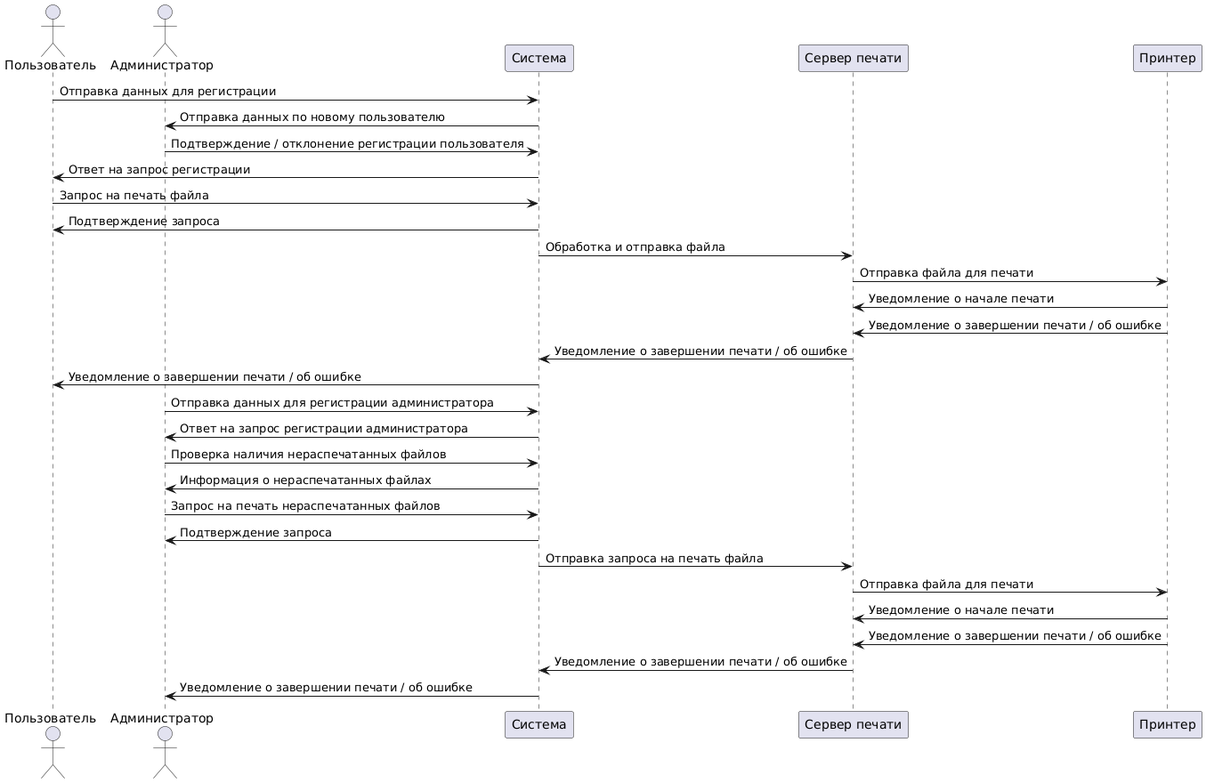
This is sequence_diagram.png from krup4/57project, a PlantUML export, as it was before one commit. The source it was exported from:
```plantuml
@startuml
actor Пользователь
actor Администратор
participant Система
participant "Сервер печати" as Server
participant Принтер

Пользователь -> Система : Отправка данных для регистрации
Система -> Администратор : Отправка данных по новому пользователю
Администратор -> Система : Подтверждение / отклонение регистрации пользователя
Система -> Пользователь : Ответ на запрос регистрации

Пользователь -> Система : Запрос на печать файла
Система -> Пользователь : Подтверждение запроса
Система -> Server : Обработка и отправка файла
Server -> Принтер : Отправка файла для печати
Принтер -> Server : Уведомление о начале печати
Принтер -> Server : Уведомление о завершении печати / об ошибке
Server -> Система : Уведомление о завершении печати / об ошибке
Система -> Пользователь : Уведомление о завершении печати / об ошибке

Администратор -> Система : Отправка данных для регистрации администратора
Система -> Администратор : Ответ на запрос регистрации администратора

Администратор -> Система : Проверка наличия нераспечатанных файлов
Система -> Администратор : Информация о нераспечатанных файлах

Администратор -> Система : Запрос на печать нераспечатанных файлов
Система -> Администратор : Подтверждение запроса
Система ->  Server : Отправка запроса на печать файла
Server -> Принтер : Отправка файла для печати
Принтер -> Server : Уведомление о начале печати
Принтер -> Server : Уведомление о завершении печати / об ошибке
Server -> Система : Уведомление о завершении печати / об ошибке
Система -> Администратор : Уведомление о завершении печати / об ошибке
@enduml
```
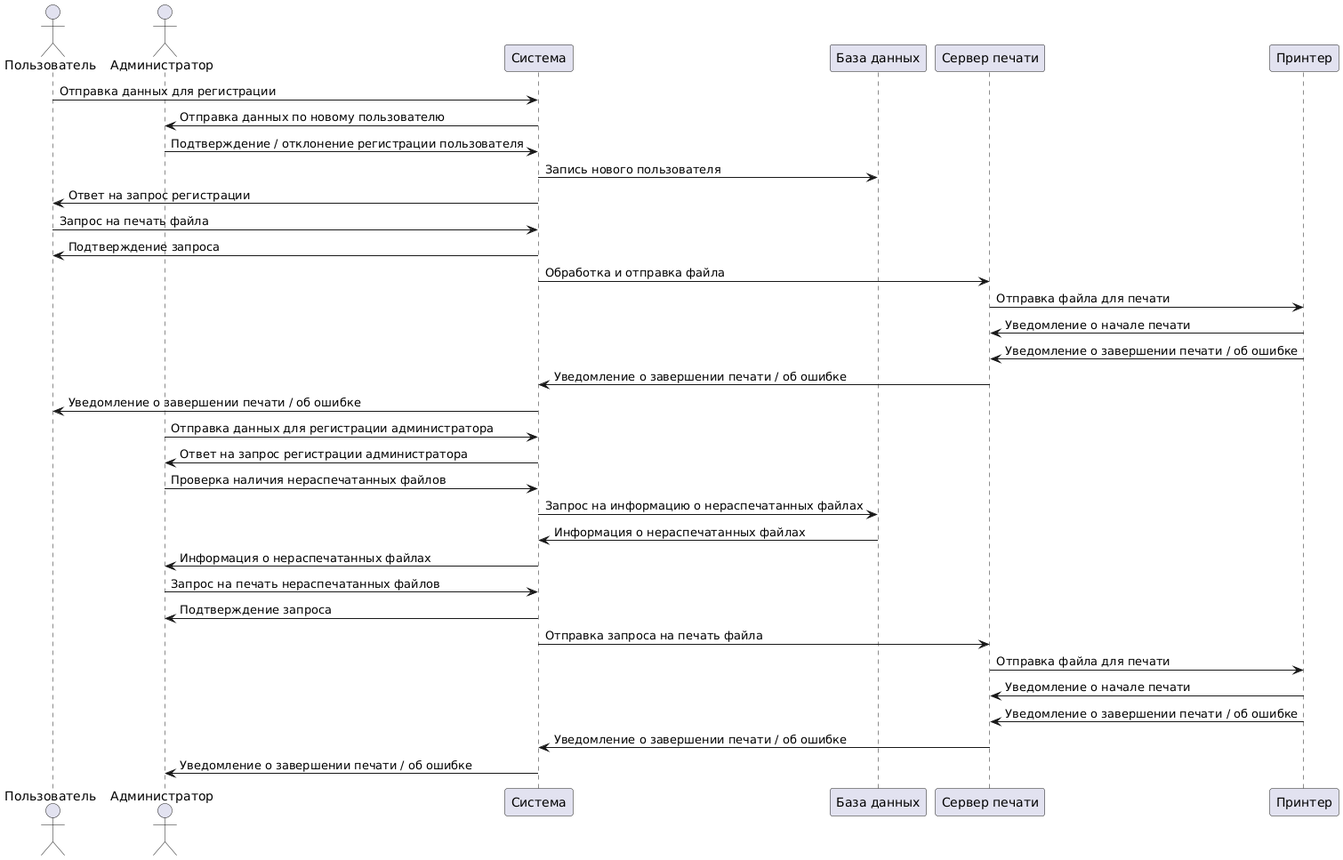
Later version of the same file.

Diff of the diagram source:
```diff
@@ -2,12 +2,14 @@
 actor Пользователь
 actor Администратор
 participant Система
+participant "База данных" as db
 participant "Сервер печати" as Server
 participant Принтер
 
 Пользователь -> Система : Отправка данных для регистрации
 Система -> Администратор : Отправка данных по новому пользователю
 Администратор -> Система : Подтверждение / отклонение регистрации пользователя
+Система -> db : Запись нового пользователя
 Система -> Пользователь : Ответ на запрос регистрации
 
 Пользователь -> Система : Запрос на печать файла
@@ -23,6 +25,8 @@
 Система -> Администратор : Ответ на запрос регистрации администратора
 
 Администратор -> Система : Проверка наличия нераспечатанных файлов
+Система -> db : Запрос на информацию о нераспечатанных файлах
+db -> Система : Информация о нераспечатанных файлах
 Система -> Администратор : Информация о нераспечатанных файлах
 
 Администратор -> Система : Запрос на печать нераспечатанных файлов
```
